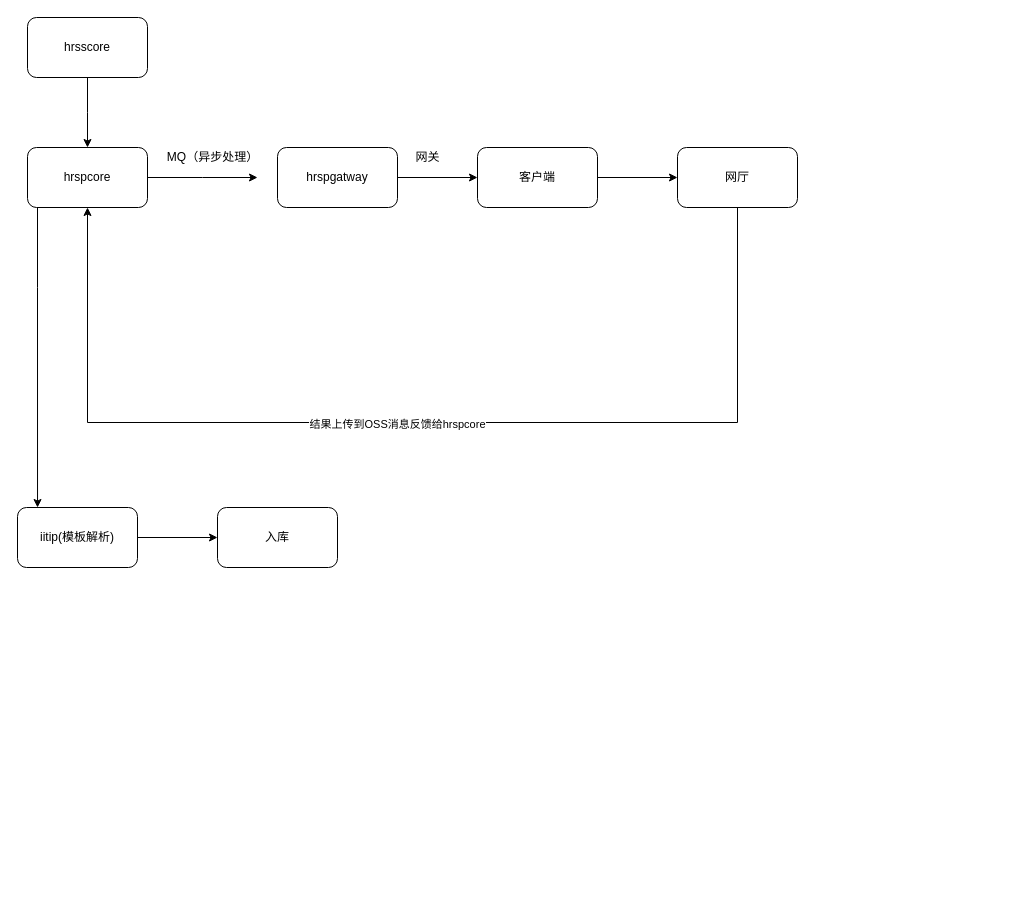
Before: Untitled Diagram.drawio in YYB1024/myRemoteRepo, a draw.io diagram. Source tidied: cells renumbered, new cells numbered last; positions are measured from the earlier drawing's top-left corner, leaving out a move shared by most shapes. Both pictures are drawn from the tidied source at 100%, with x=0, y=0 at pixel (17, 17).
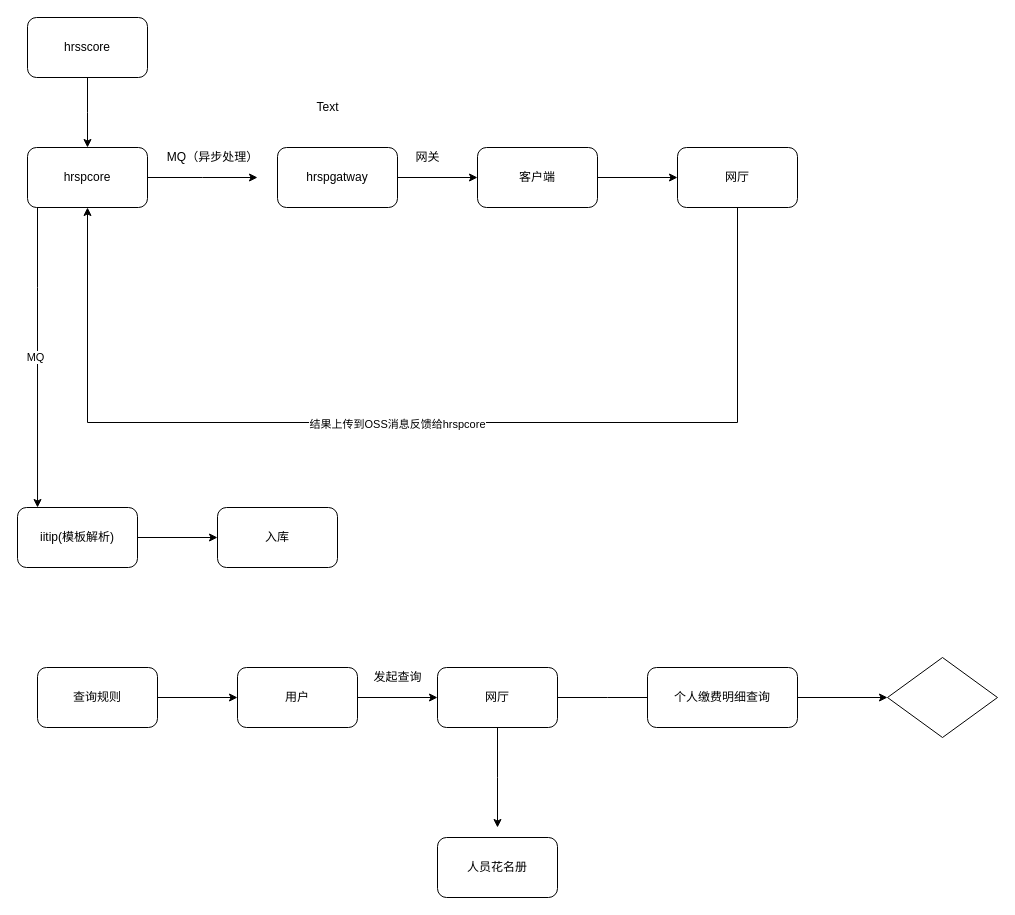
The same page after the edit.

The change refers to these unchanged cells:
```xml
<mxCell id="3" style="edgeStyle=orthogonalEdgeStyle;rounded=0;jettySize=auto;html=1;entryX=0.167;entryY=0;entryDx=0;entryDy=0;entryPerimeter=0;" parent="1" edge="1" source="4" target="17">
  <mxGeometry relative="1" as="geometry">
    <Array as="points">
      <mxPoint x="20" y="270" />
      <mxPoint x="20" y="270" />
    </Array>
  </mxGeometry>
</mxCell>
```

The edit, as a diff of the source:
```diff
@@
+    <mxCell id="19" value="MQ" style="edgeLabel;html=1;align=center;verticalAlign=middle;" parent="3" vertex="1">
+      <mxGeometry x="-0.01" y="-3" relative="1" as="geometry" />
+    </mxCell>
@@
+    <mxCell id="20" style="edgeStyle=orthogonalEdgeStyle;rounded=0;jettySize=auto;html=1;" parent="1" edge="1" source="21" target="23">
+      <mxGeometry relative="1" as="geometry" />
+    </mxCell>
+    <mxCell id="21" value="查询规则" style="rounded=1;whiteSpace=wrap;html=1;" parent="1" vertex="1">
+      <mxGeometry x="20" y="650" width="120" height="60" as="geometry" />
+    </mxCell>
+    <mxCell id="22" style="edgeStyle=orthogonalEdgeStyle;rounded=0;jettySize=auto;html=1;" parent="1" edge="1" source="23" target="26">
+      <mxGeometry relative="1" as="geometry" />
+    </mxCell>
+    <mxCell id="23" value="用户" style="whiteSpace=wrap;html=1;rounded=1;" parent="1" vertex="1">
+      <mxGeometry x="220" y="650" width="120" height="60" as="geometry" />
+    </mxCell>
+    <mxCell id="24" style="edgeStyle=orthogonalEdgeStyle;rounded=0;jettySize=auto;html=1;" parent="1" edge="1" source="26">
+      <mxGeometry relative="1" as="geometry">
+        <mxPoint x="640" y="680" as="targetPoint" />
+      </mxGeometry>
+    </mxCell>
+    <mxCell id="25" style="edgeStyle=orthogonalEdgeStyle;rounded=0;jettySize=auto;html=1;" parent="1" edge="1" source="26">
+      <mxGeometry relative="1" as="geometry">
+        <mxPoint x="480" y="810" as="targetPoint" />
+      </mxGeometry>
+    </mxCell>
+    <mxCell id="26" value="网厅" style="whiteSpace=wrap;html=1;rounded=1;" parent="1" vertex="1">
+      <mxGeometry x="420" y="650" width="120" height="60" as="geometry" />
+    </mxCell>
+    <mxCell id="27" value="发起查询" style="text;html=1;align=center;verticalAlign=middle;strokeColor=none;fillColor=none;" parent="1" vertex="1">
+      <mxGeometry x="350" y="650" width="60" height="20" as="geometry" />
+    </mxCell>
+    <mxCell id="28" style="edgeStyle=orthogonalEdgeStyle;rounded=0;jettySize=auto;html=1;entryX=0;entryY=0.5;entryDx=0;entryDy=0;" parent="1" edge="1" source="29" target="31">
+      <mxGeometry relative="1" as="geometry" />
+    </mxCell>
+    <mxCell id="29" value="个人缴费明细查询" style="rounded=1;whiteSpace=wrap;html=1;" parent="1" vertex="1">
+      <mxGeometry x="630" y="650" width="150" height="60" as="geometry" />
+    </mxCell>
+    <mxCell id="30" value="人员花名册" style="rounded=1;whiteSpace=wrap;html=1;" parent="1" vertex="1">
+      <mxGeometry x="420" y="820" width="120" height="60" as="geometry" />
+    </mxCell>
+    <mxCell id="31" style="rhombus;whiteSpace=wrap;html=1;" parent="1" vertex="1">
+      <mxGeometry x="870" y="640" width="110" height="80" as="geometry" />
+    </mxCell>
+    <mxCell id="32" value="Text" style="text;html=1;align=center;verticalAlign=middle;strokeColor=none;fillColor=none;" parent="1" vertex="1">
+      <mxGeometry x="290" y="80" width="40" height="20" as="geometry" />
+    </mxCell>
```
